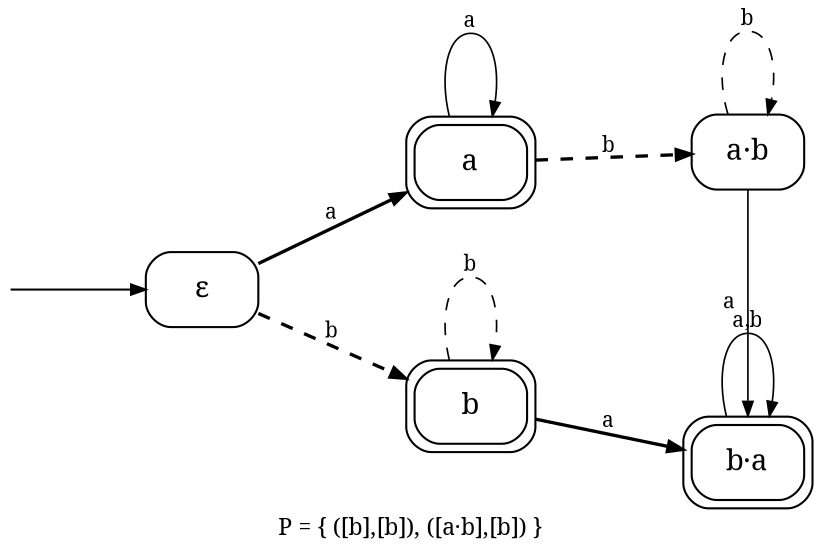
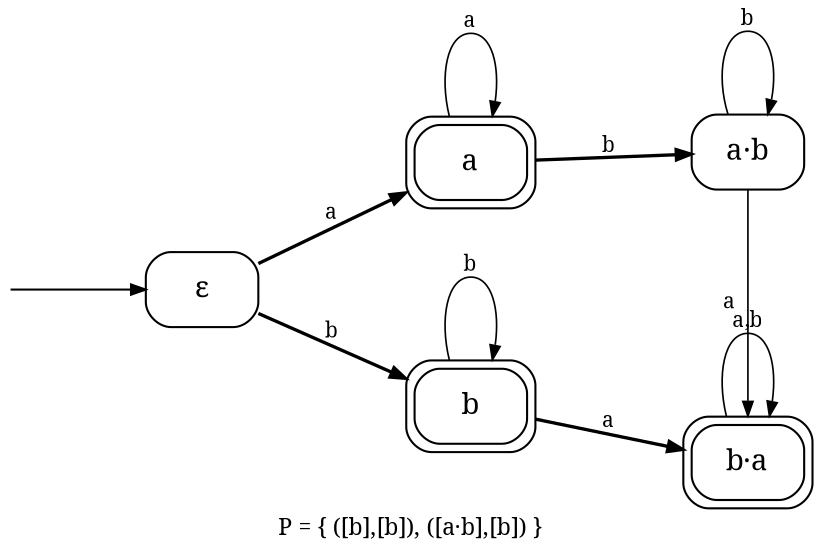
// sos2cayley astar_bomega.sos --rename a=a,!a=b
digraph core_F0_astar_bomega {
  rankdir=LR;
  ranksep=0.87; nodesep=0.55;
  node [shape=box, style=rounded, fontname="serif", margin="0.06,0.03"];
  edge [fontname="serif", fontsize=10, arrowsize=0.7];
  label="P = { ([b],[b]), ([a·b],[b]) }"; labelloc="b"; labeljust="c";
  fontname="serif"; fontsize=11;

  eps [label="ε"];
  a [label="a", peripheries=2];
  b [label="b", peripheries=2];
  ab [label="a·b"];
  ba [label="b·a", peripheries=2];
  _init [shape=none, label="", width=0.02, height=0.02];
  _init -> eps;

  { rank=same; eps; }
  { rank=same; a b; }
  { rank=same; ab ba; }

-   eps -> a [label="a", style=solid, penwidth=1.6];
-   eps -> b [label="b", style=dashed, penwidth=1.6];
-   a -> a [label="a", style=solid, penwidth=0.8];
-   a -> ab [label="b", style=dashed, penwidth=1.6];
-   b -> ba [label="a", style=solid, penwidth=1.6];
-   b -> b [label="b", style=dashed, penwidth=0.8];
-   ab -> ba [label="a", style=solid, penwidth=0.8];
-   ab -> ab [label="b", style=dashed, penwidth=0.8];
-   ba -> ba [label="a,b", style=solid, penwidth=0.8];
+   eps -> a [label="a", penwidth=1.6];
+   eps -> b [label="b", penwidth=1.6];
+   a -> a [label="a", penwidth=0.8];
+   a -> ab [label="b", penwidth=1.6];
+   b -> ba [label="a", penwidth=1.6];
+   b -> b [label="b", penwidth=0.8];
+   ab -> ba [label="a", penwidth=0.8];
+   ab -> ab [label="b", penwidth=0.8];
+   ba -> ba [label="a,b", penwidth=0.8];
}
